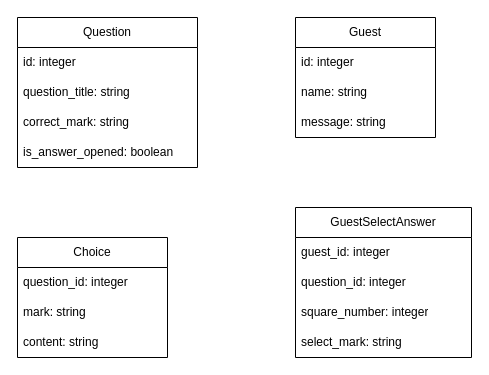
Before: page "ページ1" (1 of 3) of BingoQuiz.drawio in tomoya092013/BingoQuiz, a draw.io diagram. Source tidied: cells renumbered, new cells numbered last; positions are measured from the earlier drawing's top-left corner, leaving out a move shared by most shapes. Both pictures are drawn from the tidied source at 100%, with x=0, y=0 at pixel (17, 17).
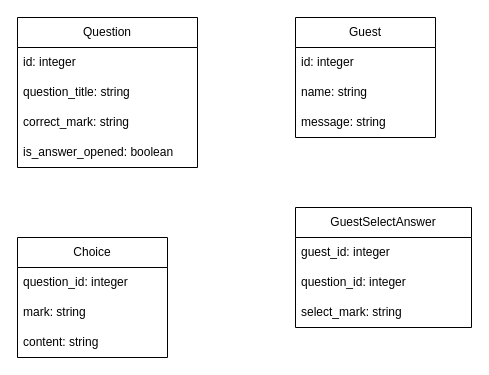
The same diagram, later.

Change to the diagram source:
```diff
@@
 <mxGraphModel>
   <root>
     <mxCell id="0" />
     <mxCell id="1" parent="0" />
     <mxCell id="2" value="Question" style="swimlane;fontStyle=0;horizontal=1;startSize=30;whiteSpace=wrap;html=1;" parent="1" vertex="1">
       <mxGeometry width="180" height="150" as="geometry" />
     </mxCell>
     <mxCell id="3" value="id: integer" style="text;strokeColor=none;fillColor=none;align=left;verticalAlign=middle;spacingLeft=4;spacingRight=4;overflow=hidden;whiteSpace=wrap;html=1;" parent="2" vertex="1">
       <mxGeometry y="30" width="180" height="30" as="geometry" />
     </mxCell>
     <mxCell id="4" value="question_title: string" style="text;strokeColor=none;fillColor=none;align=left;verticalAlign=middle;spacingLeft=4;spacingRight=4;overflow=hidden;whiteSpace=wrap;html=1;" parent="2" vertex="1">
       <mxGeometry y="60" width="180" height="30" as="geometry" />
     </mxCell>
     <mxCell id="5" value="correct_mark: string" style="text;strokeColor=none;fillColor=none;align=left;verticalAlign=middle;spacingLeft=4;spacingRight=4;overflow=hidden;whiteSpace=wrap;html=1;" parent="2" vertex="1">
       <mxGeometry y="90" width="180" height="30" as="geometry" />
     </mxCell>
     <mxCell id="6" value="is_answer_opened: boolean" style="text;strokeColor=none;fillColor=none;align=left;verticalAlign=middle;spacingLeft=4;spacingRight=4;overflow=hidden;whiteSpace=wrap;html=1;" parent="2" vertex="1">
       <mxGeometry y="120" width="180" height="30" as="geometry" />
     </mxCell>
     <mxCell id="7" value="Choice" style="swimlane;fontStyle=0;horizontal=1;startSize=30;whiteSpace=wrap;html=1;" parent="1" vertex="1">
       <mxGeometry y="220" width="150" height="120" as="geometry" />
     </mxCell>
     <mxCell id="8" value="question_id: integer" style="text;strokeColor=none;fillColor=none;align=left;verticalAlign=middle;spacingLeft=4;spacingRight=4;overflow=hidden;whiteSpace=wrap;html=1;" parent="7" vertex="1">
       <mxGeometry y="30" width="150" height="30" as="geometry" />
     </mxCell>
     <mxCell id="9" value="mark: string" style="text;strokeColor=none;fillColor=none;align=left;verticalAlign=middle;spacingLeft=4;spacingRight=4;overflow=hidden;whiteSpace=wrap;html=1;" parent="7" vertex="1">
       <mxGeometry y="60" width="150" height="30" as="geometry" />
     </mxCell>
     <mxCell id="10" value="content: string" style="text;strokeColor=none;fillColor=none;align=left;verticalAlign=middle;spacingLeft=4;spacingRight=4;overflow=hidden;whiteSpace=wrap;html=1;" parent="7" vertex="1">
       <mxGeometry y="90" width="150" height="30" as="geometry" />
     </mxCell>
     <mxCell id="11" value="Guest" style="swimlane;fontStyle=0;horizontal=1;startSize=30;whiteSpace=wrap;html=1;" parent="1" vertex="1">
       <mxGeometry x="278" width="140" height="120" as="geometry" />
     </mxCell>
     <mxCell id="12" value="id: integer" style="text;strokeColor=none;fillColor=none;align=left;verticalAlign=middle;spacingLeft=4;spacingRight=4;overflow=hidden;whiteSpace=wrap;html=1;" parent="11" vertex="1">
       <mxGeometry y="30" width="140" height="30" as="geometry" />
     </mxCell>
     <mxCell id="13" value="name: string" style="text;strokeColor=none;fillColor=none;align=left;verticalAlign=middle;spacingLeft=4;spacingRight=4;overflow=hidden;whiteSpace=wrap;html=1;" parent="11" vertex="1">
       <mxGeometry y="60" width="140" height="30" as="geometry" />
     </mxCell>
     <mxCell id="14" value="message: string" style="text;strokeColor=none;fillColor=none;align=left;verticalAlign=middle;spacingLeft=4;spacingRight=4;overflow=hidden;whiteSpace=wrap;html=1;" parent="11" vertex="1">
       <mxGeometry y="90" width="140" height="30" as="geometry" />
     </mxCell>
     <mxCell id="15" value="GuestSelectAnswer" style="swimlane;fontStyle=0;horizontal=1;startSize=30;whiteSpace=wrap;html=1;" parent="1" vertex="1">
-      <mxGeometry x="278" y="190" width="176" height="150" as="geometry" />
+      <mxGeometry x="278" y="190" width="176" height="120" as="geometry" />
     </mxCell>
     <mxCell id="16" value="guest_id: integer" style="text;strokeColor=none;fillColor=none;align=left;verticalAlign=middle;spacingLeft=4;spacingRight=4;overflow=hidden;whiteSpace=wrap;html=1;" parent="15" vertex="1">
       <mxGeometry y="30" width="176" height="30" as="geometry" />
     </mxCell>
     <mxCell id="17" value="question_id: integer" style="text;strokeColor=none;fillColor=none;align=left;verticalAlign=middle;spacingLeft=4;spacingRight=4;overflow=hidden;whiteSpace=wrap;html=1;" parent="15" vertex="1">
       <mxGeometry y="60" width="176" height="30" as="geometry" />
     </mxCell>
-    <mxCell id="18" value="square_number: integer" style="text;strokeColor=none;fillColor=none;align=left;verticalAlign=middle;spacingLeft=4;spacingRight=4;overflow=hidden;whiteSpace=wrap;html=1;" parent="15" vertex="1">
-      <mxGeometry y="90" width="176" height="30" as="geometry" />
-    </mxCell>
     <mxCell id="19" value="select_mark: string" style="text;strokeColor=none;fillColor=none;align=left;verticalAlign=middle;spacingLeft=4;spacingRight=4;overflow=hidden;whiteSpace=wrap;html=1;" parent="15" vertex="1">
-      <mxGeometry y="120" width="176" height="30" as="geometry" />
+      <mxGeometry y="90" width="176" height="30" as="geometry" />
     </mxCell>
   </root>
 </mxGraphModel>
```
